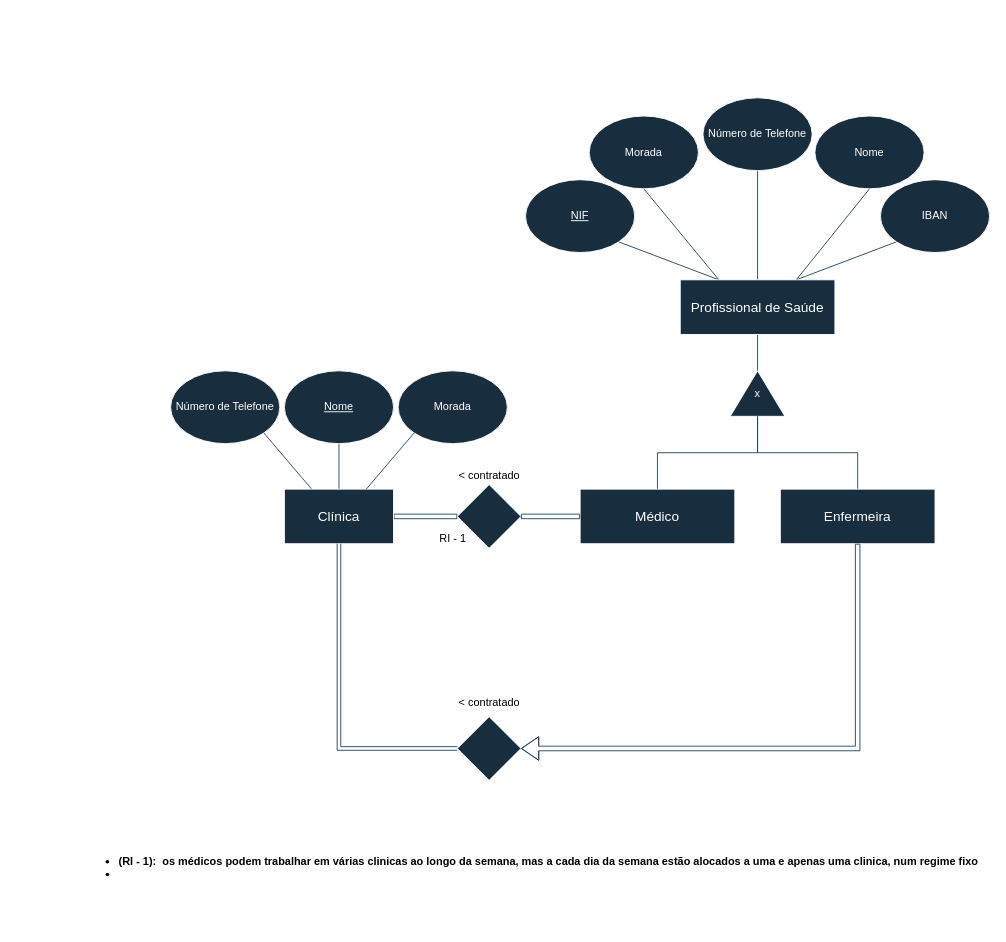
Earlier version of the draw.io diagram page "Page-1" (1 of 2) of diagrams/modelo_EA.drawio (Zane-dev16/BD-projeto-E1). Source tidied: cells renumbered, new cells numbered last; positions are measured from the earlier drawing's top-left corner, leaving out a move shared by most shapes. Both pictures are drawn from the tidied source at 91%, with x=0, y=0 at pixel (70, 97).
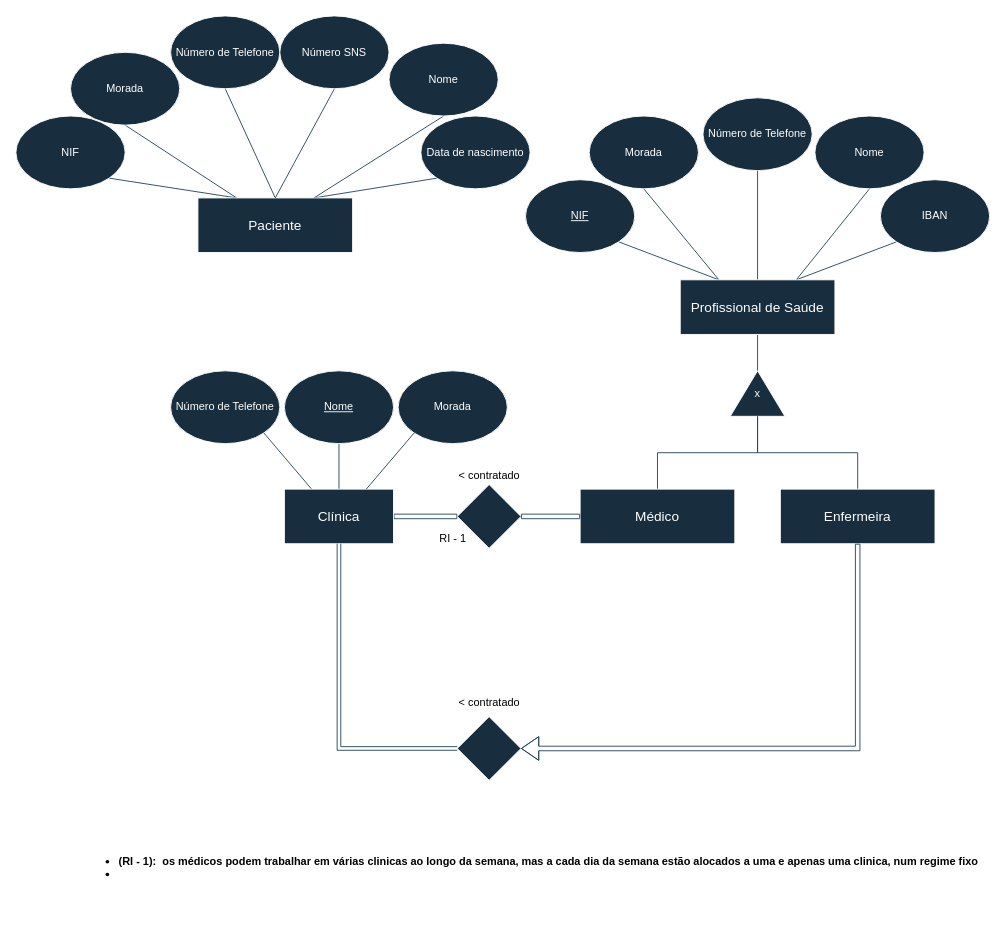
After the change.

The edit, as a diff of the source:
```diff
@@
+    <mxCell id="36" style="rounded=0;jettySize=auto;html=1;exitX=0.25;exitY=0;exitDx=0;exitDy=0;entryX=1;entryY=1;entryDx=0;entryDy=0;strokeColor=#23445D;endArrow=none;endFill=0;" parent="1" edge="1" source="41" target="42">
+      <mxGeometry relative="1" as="geometry" />
+    </mxCell>
+    <mxCell id="37" style="rounded=0;jettySize=auto;html=1;exitX=0.25;exitY=0;exitDx=0;exitDy=0;entryX=0.5;entryY=1;entryDx=0;entryDy=0;strokeColor=#23445D;endArrow=none;endFill=0;" parent="1" edge="1" source="41" target="43">
+      <mxGeometry relative="1" as="geometry" />
+    </mxCell>
+    <mxCell id="38" style="rounded=0;jettySize=auto;html=1;exitX=0.5;exitY=0;exitDx=0;exitDy=0;strokeColor=#23445D;entryX=0.5;entryY=1;entryDx=0;entryDy=0;endArrow=none;endFill=0;" parent="1" edge="1" source="41" target="44">
+      <mxGeometry relative="1" as="geometry" />
+    </mxCell>
+    <mxCell id="39" style="rounded=0;jettySize=auto;html=1;exitX=0.75;exitY=0;exitDx=0;exitDy=0;entryX=0.5;entryY=1;entryDx=0;entryDy=0;strokeColor=#23445D;endArrow=none;endFill=0;" parent="1" edge="1" source="41" target="45">
+      <mxGeometry relative="1" as="geometry" />
+    </mxCell>
+    <mxCell id="40" style="rounded=0;jettySize=auto;html=1;exitX=0.75;exitY=0;exitDx=0;exitDy=0;entryX=0;entryY=1;entryDx=0;entryDy=0;strokeColor=#23445D;endArrow=none;endFill=0;" parent="1" edge="1" source="41" target="46">
+      <mxGeometry relative="1" as="geometry" />
+    </mxCell>
+    <mxCell id="41" value="&lt;span style=&quot;font-size: 15px;&quot;&gt;Paciente&lt;/span&gt;" style="rounded=0;whiteSpace=wrap;html=1;strokeColor=#FFFFFF;fontColor=#FFFFFF;fillColor=#182E3E;" parent="1" vertex="1">
+      <mxGeometry x="140" y="110" width="170" height="60" as="geometry" />
+    </mxCell>
+    <mxCell id="42" value="NIF" style="ellipse;whiteSpace=wrap;html=1;labelBackgroundColor=none;fillColor=#182E3E;strokeColor=#FFFFFF;fontColor=#FFFFFF;" parent="1" vertex="1">
+      <mxGeometry x="-60" y="20" width="120" height="80" as="geometry" />
+    </mxCell>
+    <mxCell id="43" value="Morada" style="ellipse;whiteSpace=wrap;html=1;labelBackgroundColor=none;fillColor=#182E3E;strokeColor=#FFFFFF;fontColor=#FFFFFF;" parent="1" vertex="1">
+      <mxGeometry y="-50" width="120" height="80" as="geometry" />
+    </mxCell>
+    <mxCell id="44" value="Número de Telefone" style="ellipse;whiteSpace=wrap;html=1;labelBackgroundColor=none;fillColor=#182E3E;strokeColor=#FFFFFF;fontColor=#FFFFFF;" parent="1" vertex="1">
+      <mxGeometry x="110" y="-90" width="120" height="80" as="geometry" />
+    </mxCell>
+    <mxCell id="45" value="Nome" style="ellipse;whiteSpace=wrap;html=1;labelBackgroundColor=none;fillColor=#182E3E;strokeColor=#FFFFFF;fontColor=#FFFFFF;" parent="1" vertex="1">
+      <mxGeometry x="350" y="-60" width="120" height="80" as="geometry" />
+    </mxCell>
+    <mxCell id="46" value="Data de nascimento" style="ellipse;whiteSpace=wrap;html=1;labelBackgroundColor=none;fillColor=#182E3E;strokeColor=#FFFFFF;fontColor=#FFFFFF;" parent="1" vertex="1">
+      <mxGeometry x="385" y="20" width="120" height="80" as="geometry" />
+    </mxCell>
+    <mxCell id="47" style="rounded=0;jettySize=auto;html=1;exitX=0.5;exitY=0;exitDx=0;exitDy=0;strokeColor=#23445D;entryX=0.5;entryY=1;entryDx=0;entryDy=0;endArrow=none;endFill=0;" parent="1" edge="1" source="41" target="48">
+      <mxGeometry relative="1" as="geometry" />
+    </mxCell>
+    <mxCell id="48" value="Número SNS" style="ellipse;whiteSpace=wrap;html=1;labelBackgroundColor=none;fillColor=#182E3E;strokeColor=#FFFFFF;fontColor=#FFFFFF;" parent="1" vertex="1">
+      <mxGeometry x="230" y="-90" width="120" height="80" as="geometry" />
+    </mxCell>
```
